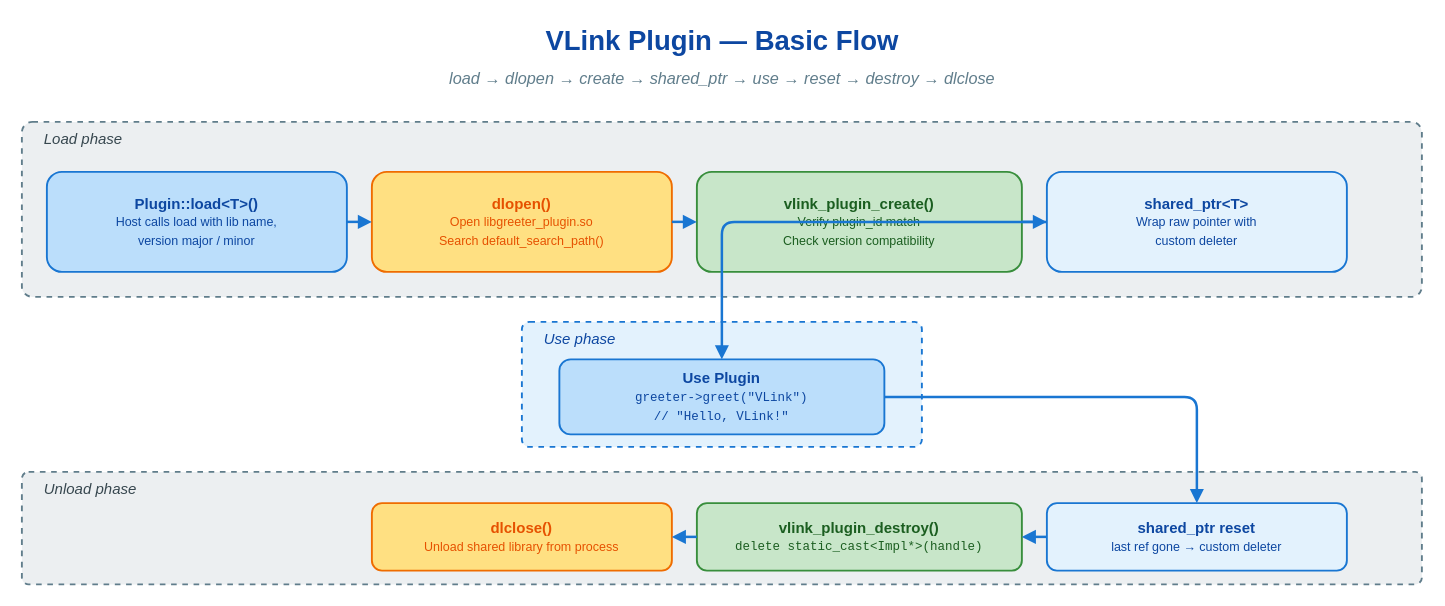
Before: examples/plugin/plugin_basic/images/plugin-basic-flow.drawio in thun-res/vlink, a draw.io diagram. Source tidied: cells renumbered, new cells numbered last; positions are measured from the earlier drawing's top-left corner, leaving out a move shared by most shapes. Both pictures are drawn from the tidied source at 125%, with x=0, y=0 at pixel (21, 21).
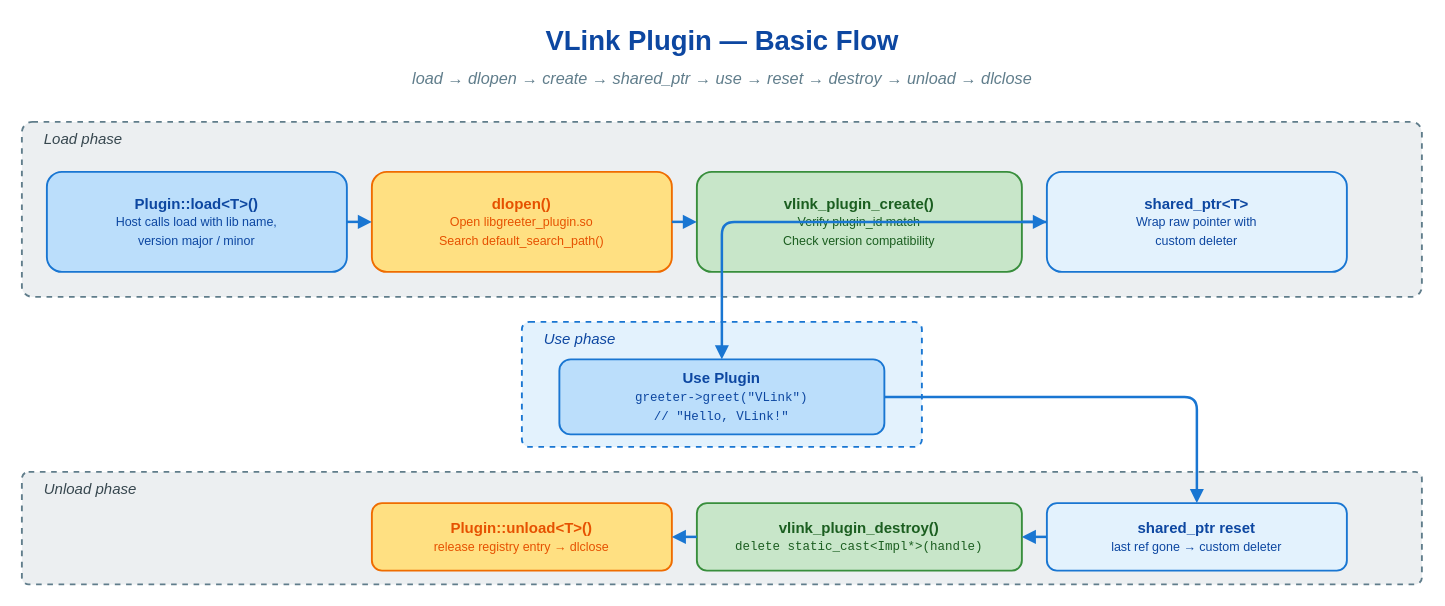
The same page after the edit.

The edit, as a diff of the source:
```diff
@@
-    <mxCell id="3" value="load → dlopen → create → shared_ptr → use → reset → destroy → dlclose" style="text;html=1;align=center;verticalAlign=middle;strokeColor=none;fillColor=none;fontFamily=Helvetica;fontSize=13;fontStyle=2;fontColor=#607d8b;shadow=0;" parent="1" vertex="1">
+    <mxCell id="3" value="load → dlopen → create → shared_ptr → use → reset → destroy → unload → dlclose" style="text;html=1;align=center;verticalAlign=middle;strokeColor=none;fillColor=none;fontFamily=Helvetica;fontSize=13;fontStyle=2;fontColor=#607d8b;shadow=0;" parent="1" vertex="1">
       <mxGeometry y="34" width="1120" height="22" as="geometry" />
     </mxCell>
@@
-    <mxCell id="21" value="&lt;b&gt;dlclose()&lt;/b&gt;&lt;br/&gt;&lt;span style=&quot;font-size:10px&quot;&gt;Unload shared library from process&lt;/span&gt;" style="rounded=1;whiteSpace=wrap;html=1;fillColor=#ffe082;strokeColor=#ef6c00;strokeWidth=1.5;fontFamily=Helvetica;fontSize=12;fontColor=#e65100;shadow=0;" parent="1" vertex="1">
+    <mxCell id="21" value="&lt;b&gt;Plugin::unload&amp;lt;T&amp;gt;()&lt;/b&gt;&lt;br/&gt;&lt;span style=&quot;font-size:10px&quot;&gt;release registry entry → dlclose&lt;/span&gt;" style="rounded=1;whiteSpace=wrap;html=1;fillColor=#ffe082;strokeColor=#ef6c00;strokeWidth=1.5;fontFamily=Helvetica;fontSize=12;fontColor=#e65100;shadow=0;" parent="1" vertex="1">
       <mxGeometry x="280" y="385" width="240" height="54" as="geometry" />
     </mxCell>
```
